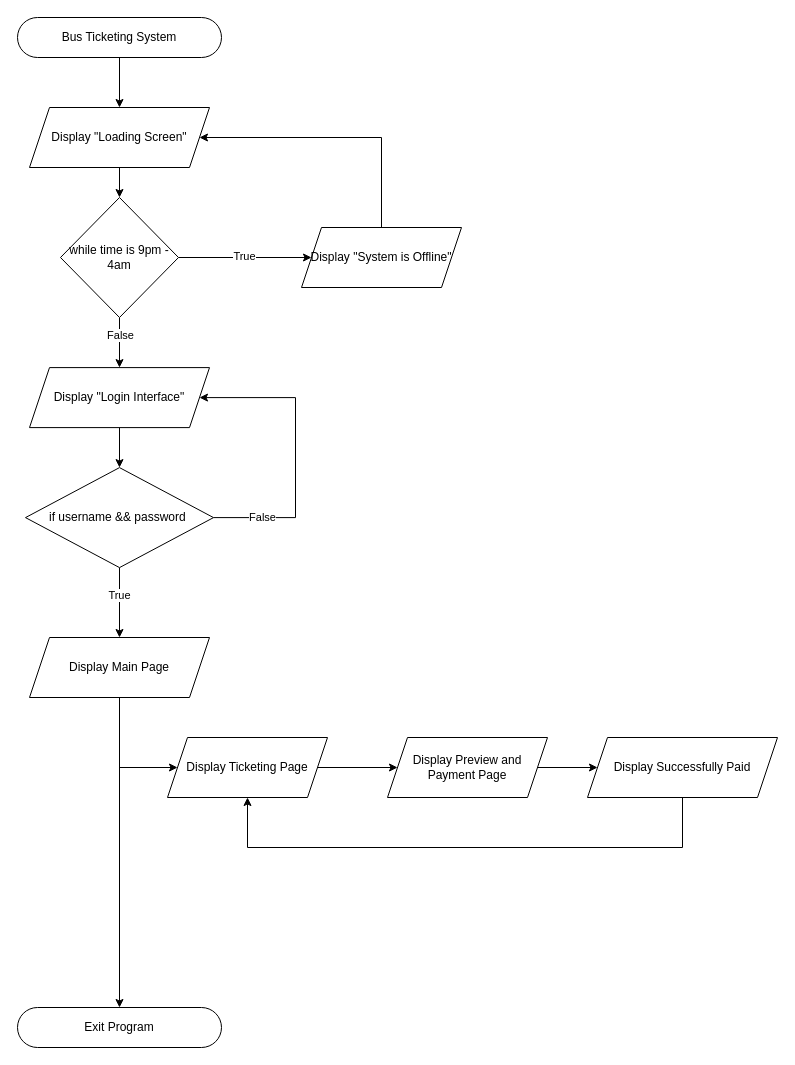
Above: Documenation/Bus Ticketing System.drawio in kenny2125/CC103-PROJECT-PROPOSAL (draw.io), before the change. Source tidied: cells renumbered, new cells numbered last; positions are measured from the earlier drawing's top-left corner, leaving out a move shared by most shapes. Both pictures are drawn from the tidied source at 100%, with x=0, y=0 at pixel (17, 17).
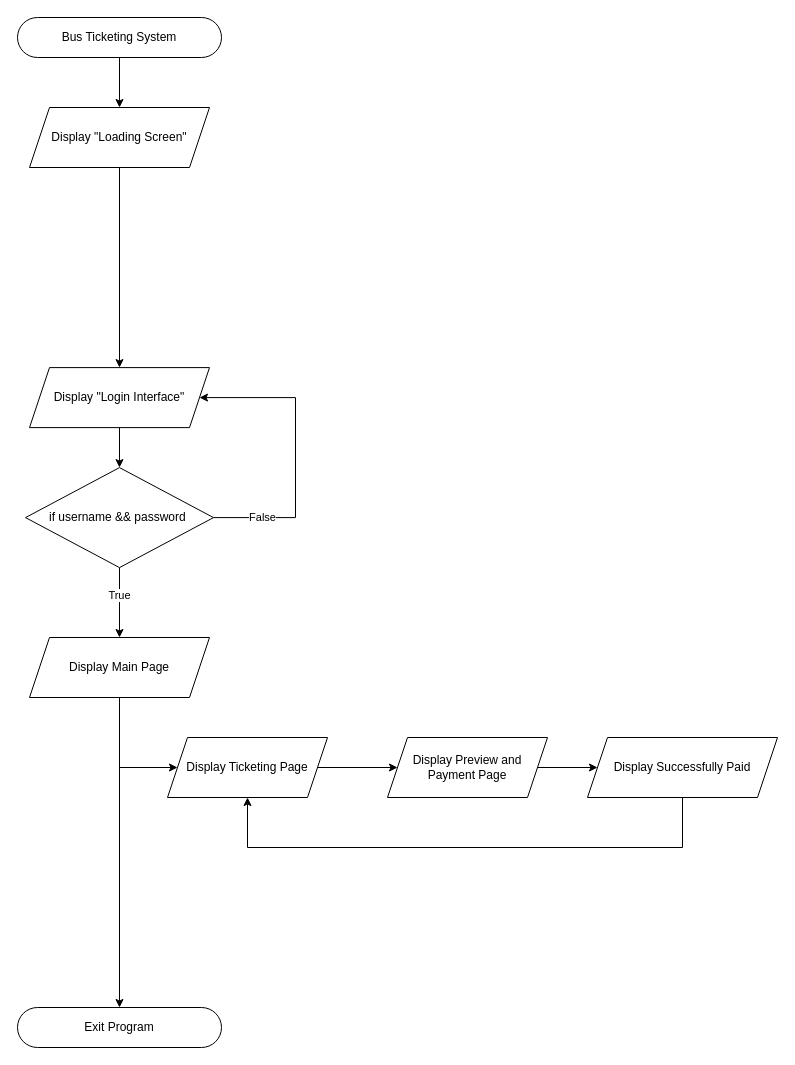
After the change.

The change refers to these unchanged cells:
```xml
<mxCell id="5" value="Display &quot;Login Interface&quot;" style="shape=parallelogram;perimeter=parallelogramPerimeter;whiteSpace=wrap;html=1;fixedSize=1;" parent="1" vertex="1">
  <mxGeometry x="12" y="350.1" width="180" height="60" as="geometry" />
</mxCell>
<mxCell id="23" value="Display &quot;Loading Screen&quot;" style="shape=parallelogram;perimeter=parallelogramPerimeter;whiteSpace=wrap;html=1;fixedSize=1;" parent="1" vertex="1">
  <mxGeometry x="12" y="90" width="180" height="60" as="geometry" />
</mxCell>
```

The edit, as a diff of the source:
```diff
@@
-    <mxCell id="19" style="edgeStyle=orthogonalEdgeStyle;rounded=0;jettySize=auto;html=1;entryX=1;entryY=0.5;entryDx=0;entryDy=0;exitX=0.5;exitY=0;exitDx=0;exitDy=0;" parent="1" edge="1" source="20" target="23">
-      <mxGeometry relative="1" as="geometry">
-        <Array as="points">
-          <mxPoint x="364" y="120" />
-        </Array>
-      </mxGeometry>
-    </mxCell>
-    <mxCell id="20" value="Display &quot;System is Offline&quot;" style="shape=parallelogram;perimeter=parallelogramPerimeter;whiteSpace=wrap;html=1;fixedSize=1;" parent="1" vertex="1">
-      <mxGeometry x="284" y="210" width="160" height="60" as="geometry" />
-    </mxCell>
@@
+    <mxCell id="30" style="edgeStyle=orthogonalEdgeStyle;rounded=0;jettySize=auto;html=1;" parent="1" edge="1" source="23" target="5">
+      <mxGeometry relative="1" as="geometry" />
+    </mxCell>
@@
-    <mxCell id="24" style="edgeStyle=orthogonalEdgeStyle;rounded=0;jettySize=auto;html=1;entryX=0.5;entryY=0;entryDx=0;entryDy=0;" parent="1" edge="1" source="23" target="29">
-      <mxGeometry relative="1" as="geometry" />
-    </mxCell>
-    <mxCell id="25" style="edgeStyle=orthogonalEdgeStyle;rounded=0;jettySize=auto;html=1;" parent="1" edge="1" source="29" target="20">
-      <mxGeometry relative="1" as="geometry" />
-    </mxCell>
-    <mxCell id="26" value="True" style="edgeLabel;html=1;align=center;verticalAlign=middle;" parent="25" vertex="1">
-      <mxGeometry x="-0.03" y="2" relative="1" as="geometry" />
-    </mxCell>
-    <mxCell id="27" style="edgeStyle=orthogonalEdgeStyle;rounded=0;jettySize=auto;html=1;entryX=0.5;entryY=0;entryDx=0;entryDy=0;" parent="1" edge="1" source="29" target="5">
-      <mxGeometry relative="1" as="geometry" />
-    </mxCell>
-    <mxCell id="28" value="False" style="edgeLabel;html=1;align=center;verticalAlign=middle;" parent="27" vertex="1">
-      <mxGeometry x="-0.32" relative="1" as="geometry" />
-    </mxCell>
-    <mxCell id="29" value="while time is 9pm - 4am" style="rhombus;whiteSpace=wrap;html=1;" parent="1" vertex="1">
-      <mxGeometry x="43" y="180" width="118" height="120" as="geometry" />
-    </mxCell>
```
